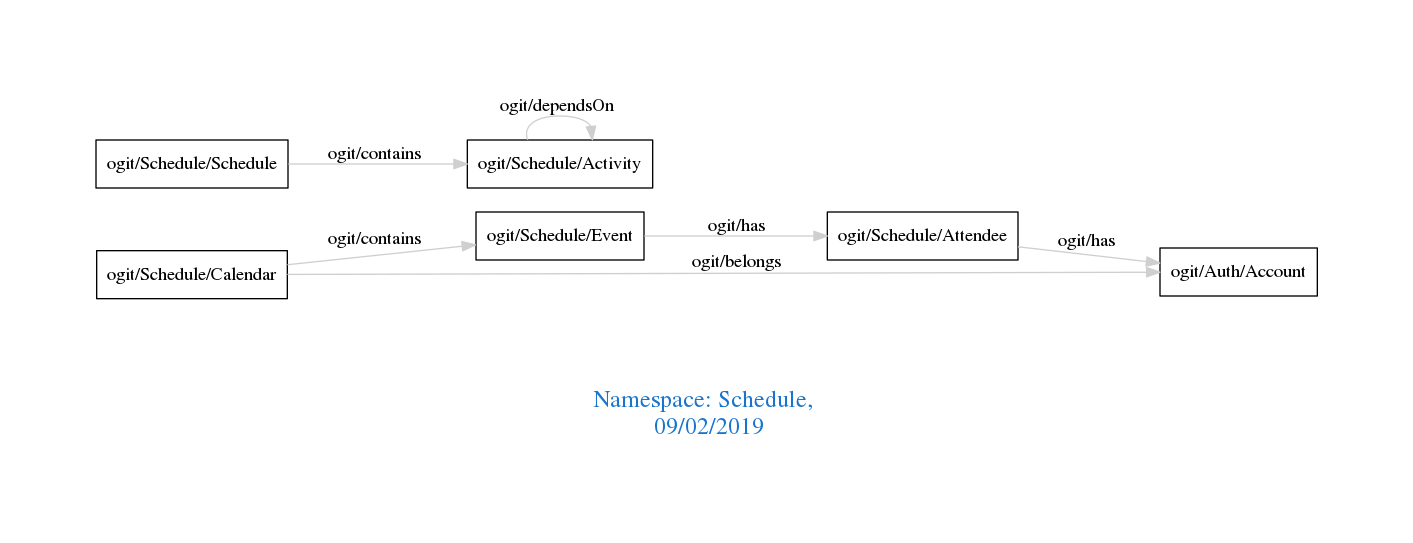
Before: downloads/Schedule.png, a diagram exported from Graphviz (arago/OGIT). Its source is kept beside it as downloads/Schedule.dot.
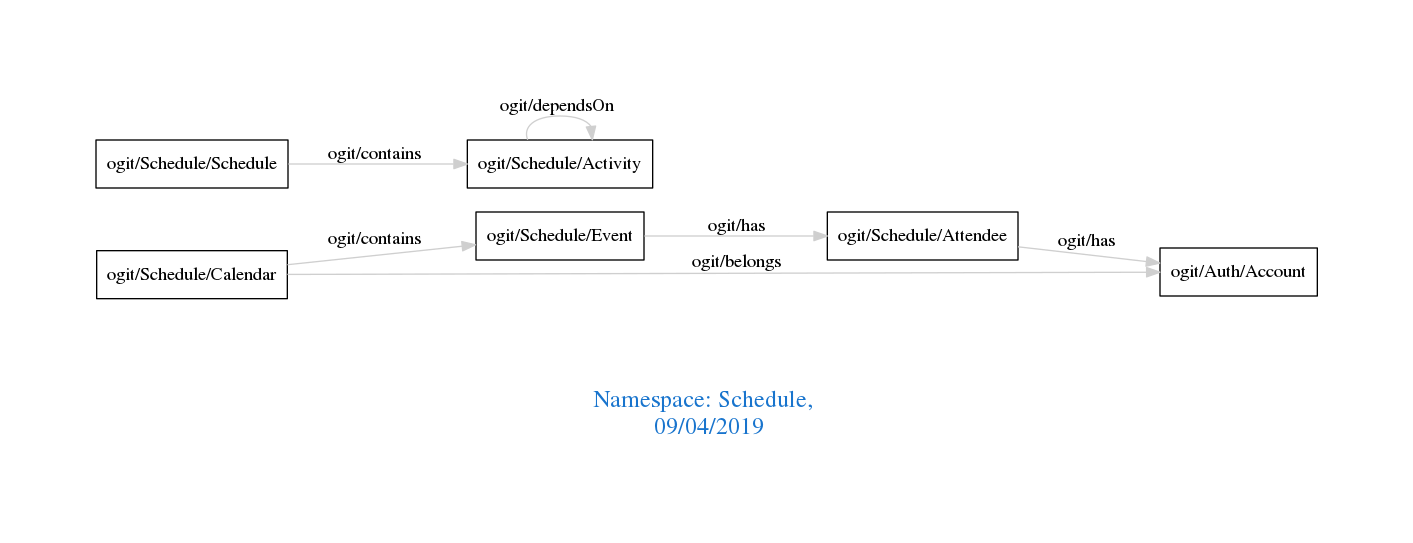
After the commit.

What changed in the source:
```diff
@@ -1,7 +1,7 @@
 digraph OGIT_ontology {
  graph [ rankdir= LR,pad=1
 fontsize = 18,
-fontcolor= dodgerblue3,label = "\n\n\nNamespace: Schedule, \n 09/02/2019"];
+fontcolor= dodgerblue3,label = "\n\n\nNamespace: Schedule, \n 09/04/2019"];
 node[shape=polygon];
 edge [  color="gray81"];
 
```
